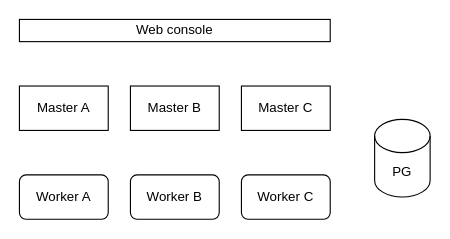
fusion-data/fusion-data keeps this draw.io diagram as page "Scheduler和Worker分离" (1 of 2) of document/fusion-data/figures/scheduler.drawio. Above is the earlier version. Source tidied: cells renumbered, new cells numbered last; positions are measured from the earlier drawing's top-left corner, leaving out a move shared by most shapes. Both pictures are drawn from the tidied source at 111%, with x=0, y=0 at pixel (19, 19).
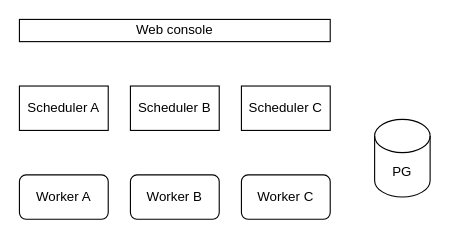
After the change.

Change to the diagram source:
```diff
@@
 <mxGraphModel>
   <root>
     <mxCell id="0" />
     <mxCell id="1" parent="0" />
-    <mxCell id="2" value="Master A" style="rounded=0;whiteSpace=wrap;html=1;" parent="1" vertex="1">
+    <mxCell id="2" value="Scheduler A" style="rounded=0;whiteSpace=wrap;html=1;" parent="1" vertex="1">
       <mxGeometry y="60" width="80" height="40" as="geometry" />
     </mxCell>
-    <mxCell id="3" value="Master B" style="rounded=0;whiteSpace=wrap;html=1;" parent="1" vertex="1">
+    <mxCell id="3" value="Scheduler&amp;nbsp;B" style="rounded=0;whiteSpace=wrap;html=1;" parent="1" vertex="1">
       <mxGeometry x="100" y="60" width="80" height="40" as="geometry" />
     </mxCell>
-    <mxCell id="4" value="Master C" style="rounded=0;whiteSpace=wrap;html=1;" parent="1" vertex="1">
+    <mxCell id="4" value="Scheduler&amp;nbsp;C" style="rounded=0;whiteSpace=wrap;html=1;" parent="1" vertex="1">
       <mxGeometry x="200" y="60" width="80" height="40" as="geometry" />
     </mxCell>
     <mxCell id="5" value="Worker A" style="rounded=1;whiteSpace=wrap;html=1;" parent="1" vertex="1">
       <mxGeometry y="140" width="80" height="40" as="geometry" />
     </mxCell>
     <mxCell id="6" value="Worker B" style="rounded=1;whiteSpace=wrap;html=1;" parent="1" vertex="1">
       <mxGeometry x="100" y="140" width="80" height="40" as="geometry" />
     </mxCell>
     <mxCell id="7" value="Worker C" style="rounded=1;whiteSpace=wrap;html=1;" parent="1" vertex="1">
       <mxGeometry x="200" y="140" width="80" height="40" as="geometry" />
     </mxCell>
     <mxCell id="8" value="PG" style="shape=cylinder3;whiteSpace=wrap;html=1;boundedLbl=1;backgroundOutline=1;size=15;" parent="1" vertex="1">
       <mxGeometry x="320" y="90" width="50" height="70" as="geometry" />
     </mxCell>
     <mxCell id="9" value="Web console" style="rounded=0;whiteSpace=wrap;html=1;" parent="1" vertex="1">
       <mxGeometry width="280" height="20" as="geometry" />
     </mxCell>
   </root>
 </mxGraphModel>
```
